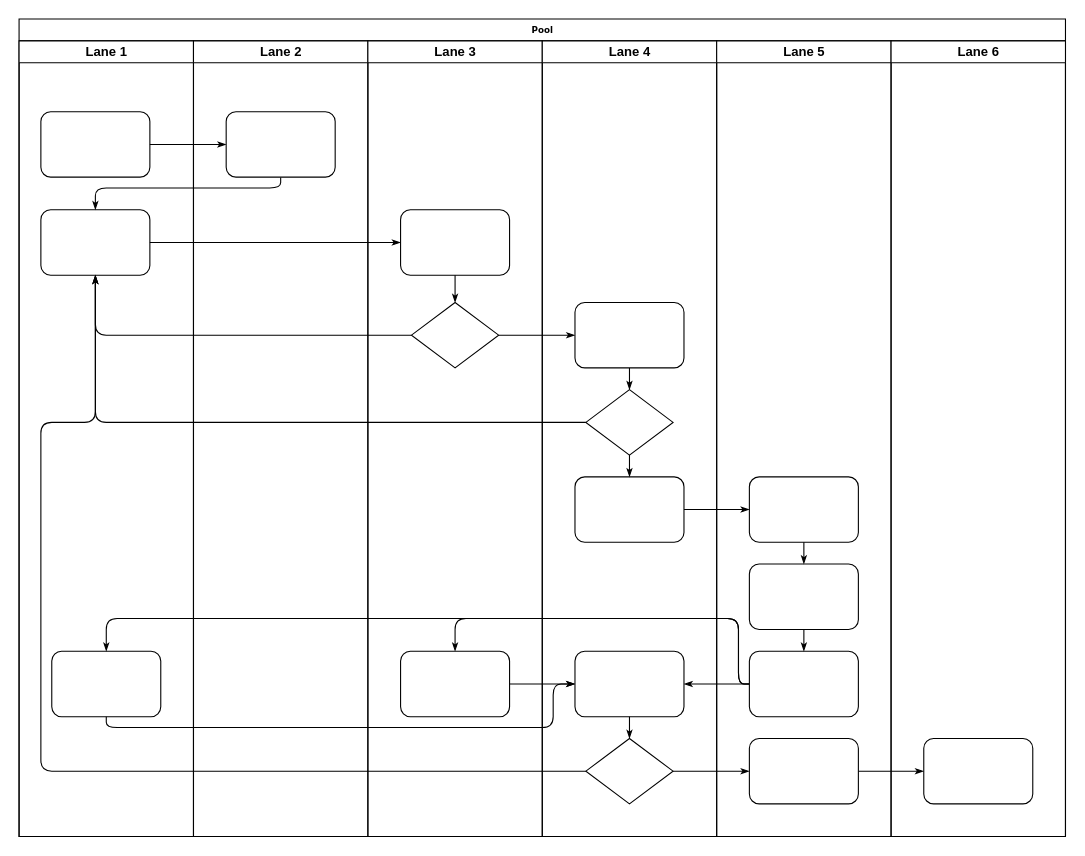
The draw.io diagram Untitled Diagram.drawio in zhifou/drawio, before the edit. Source tidied: cells renumbered, new cells numbered last; positions are measured from the earlier drawing's top-left corner, leaving out a move shared by most shapes. Both pictures are drawn from the tidied source at 109%, with x=0, y=0 at pixel (19, 19).
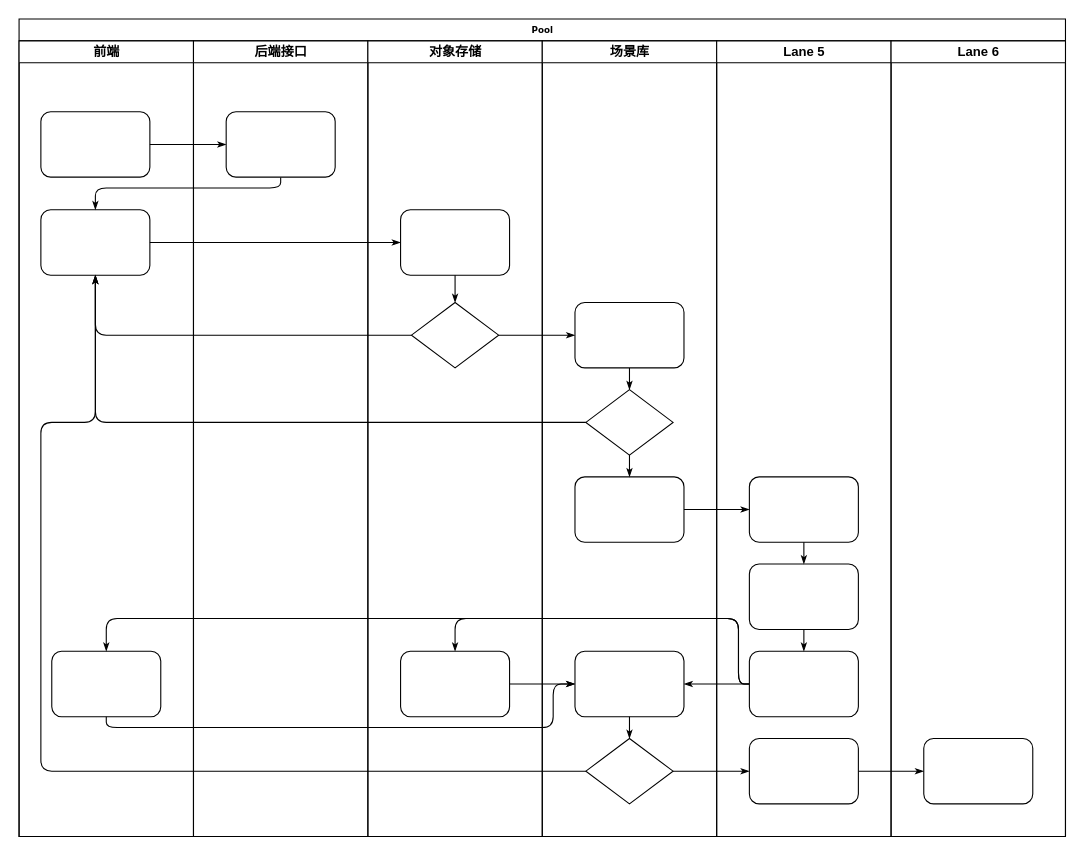
The same page after the edit.

Unchanged cells that the change refers to:
```xml
<mxCell id="2" value="Pool" style="swimlane;html=1;startSize=20;rounded=0;shadow=0;labelBackgroundColor=none;strokeWidth=1;fontFamily=Verdana;fontSize=8;align=center;" parent="1" vertex="1">
  <mxGeometry width="960" height="750" as="geometry" />
</mxCell>
```

Diff of the diagram source:
```diff
@@
-    <mxCell id="3" value="Lane 1" style="swimlane;html=1;startSize=20;" parent="2" vertex="1">
+    <mxCell id="3" value="前端" style="swimlane;html=1;startSize=20;" parent="2" vertex="1">
       <mxGeometry y="20" width="160" height="730" as="geometry" />
     </mxCell>
@@
-    <mxCell id="22" value="Lane 2" style="swimlane;html=1;startSize=20;" parent="2" vertex="1">
+    <mxCell id="22" value="后端接口" style="swimlane;html=1;startSize=20;" parent="2" vertex="1">
       <mxGeometry x="160" y="20" width="160" height="730" as="geometry" />
     </mxCell>
@@
-    <mxCell id="24" value="Lane 3" style="swimlane;html=1;startSize=20;" parent="2" vertex="1">
+    <mxCell id="24" value="对象存储" style="swimlane;html=1;startSize=20;" parent="2" vertex="1">
       <mxGeometry x="320" y="20" width="160" height="730" as="geometry" />
     </mxCell>
@@
-    <mxCell id="29" value="Lane 4" style="swimlane;html=1;startSize=20;" parent="2" vertex="1">
+    <mxCell id="29" value="场景库" style="swimlane;html=1;startSize=20;" parent="2" vertex="1">
       <mxGeometry x="480" y="20" width="160" height="730" as="geometry" />
     </mxCell>
```
